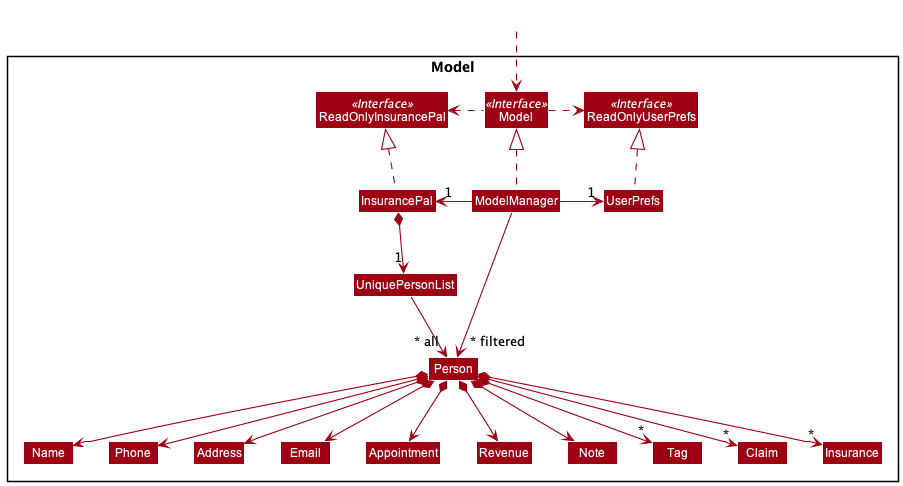
This is docs/images/ModelClassDiagram.png from nus-cs2103-AY2122S1/tp, a PlantUML export, as it was before one commit. Its diagram source:
```plantuml
@startuml
!include style.puml
skinparam arrowThickness 1.1
skinparam arrowColor MODEL_COLOR
skinparam classBackgroundColor MODEL_COLOR

Package Model <<Rectangle>>{
Interface ReadOnlyInsurancePal <<Interface>>
Interface ReadOnlyUserPrefs <<Interface>>
Interface Model <<Interface>>
Class InsurancePal
Class ReadOnlyInsurancePal
Class Model
Class ModelManager
Class UserPrefs
Class ReadOnlyUserPrefs


Class UniquePersonList
Class Person
Class Address
Class Email
Class Name
Class Phone
Class Appointment
Class Revenue
Class Note
Class Tag
Class Claim
Class Insurance

}

Class HiddenOutside #FFFFFF
HiddenOutside ..> Model

InsurancePal .up.|> ReadOnlyInsurancePal

ModelManager .up.|> Model
Model .right.> ReadOnlyUserPrefs
Model .left.> ReadOnlyInsurancePal
ModelManager -left-> "1" InsurancePal
ModelManager -right-> "1" UserPrefs
UserPrefs .up.|> ReadOnlyUserPrefs

InsurancePal *--> "1" UniquePersonList
UniquePersonList --> "~* all" Person
Person *--> Name
Person *--> Phone
Person *--> Email
Person *--> Address
Person *--> Appointment
Person *--> Revenue
Person *--> Note
Person *--> "*" Insurance
Person *--> "*" Tag
Person *--> "*" Claim

Name -[hidden]right-> Phone
Phone -[hidden]right-> Address
Address -[hidden]right-> Email

ModelManager -->"~* filtered" Person
@enduml
```
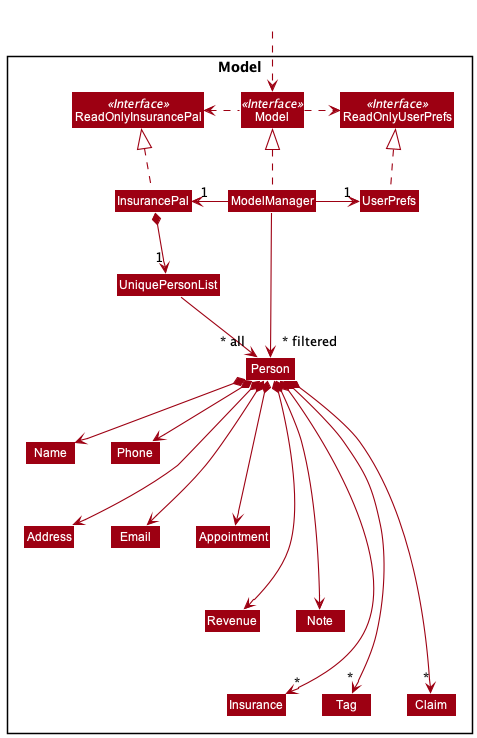
Above is the later version.

What changed in the source:
```diff
@@ -18,17 +18,16 @@
 
 Class UniquePersonList
 Class Person
-Class Address
-Class Email
 Class Name
 Class Phone
+Class Email
+Class Address
 Class Appointment
 Class Revenue
 Class Note
+Class Insurance
 Class Tag
 Class Claim
-Class Insurance
-
 }
 
 Class HiddenOutside #FFFFFF
@@ -48,13 +47,13 @@
 Person *--> Name
 Person *--> Phone
 Person *--> Email
-Person *--> Address
-Person *--> Appointment
-Person *--> Revenue
-Person *--> Note
-Person *--> "*" Insurance
-Person *--> "*" Tag
-Person *--> "*" Claim
+Person *---> Address
+Person *---> Appointment
+Person *----> Revenue
+Person *----> Note
+Person *-----> "*" Insurance
+Person *-----> "*" Tag
+Person *-----> "*" Claim
 
 Name -[hidden]right-> Phone
 Phone -[hidden]right-> Address
```
